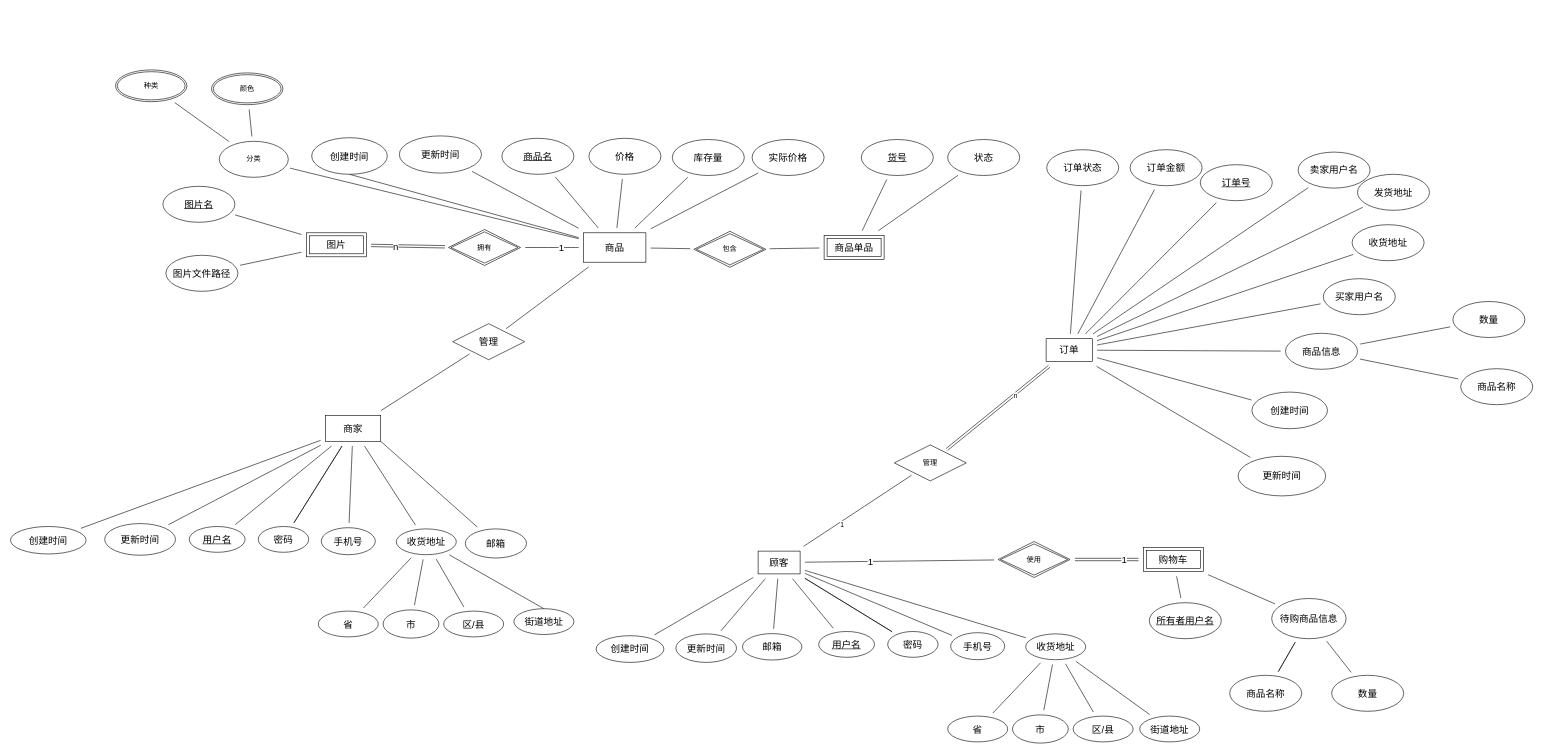
Earlier version of the draw.io diagram database-ER.drawio (guokaichina/database-ER). Source tidied: cells renumbered, new cells numbered last; positions are measured from the earlier drawing's top-left corner, leaving out a move shared by most shapes. Both pictures are drawn from the tidied source at 60%, with x=0, y=0 at pixel (10, 70).
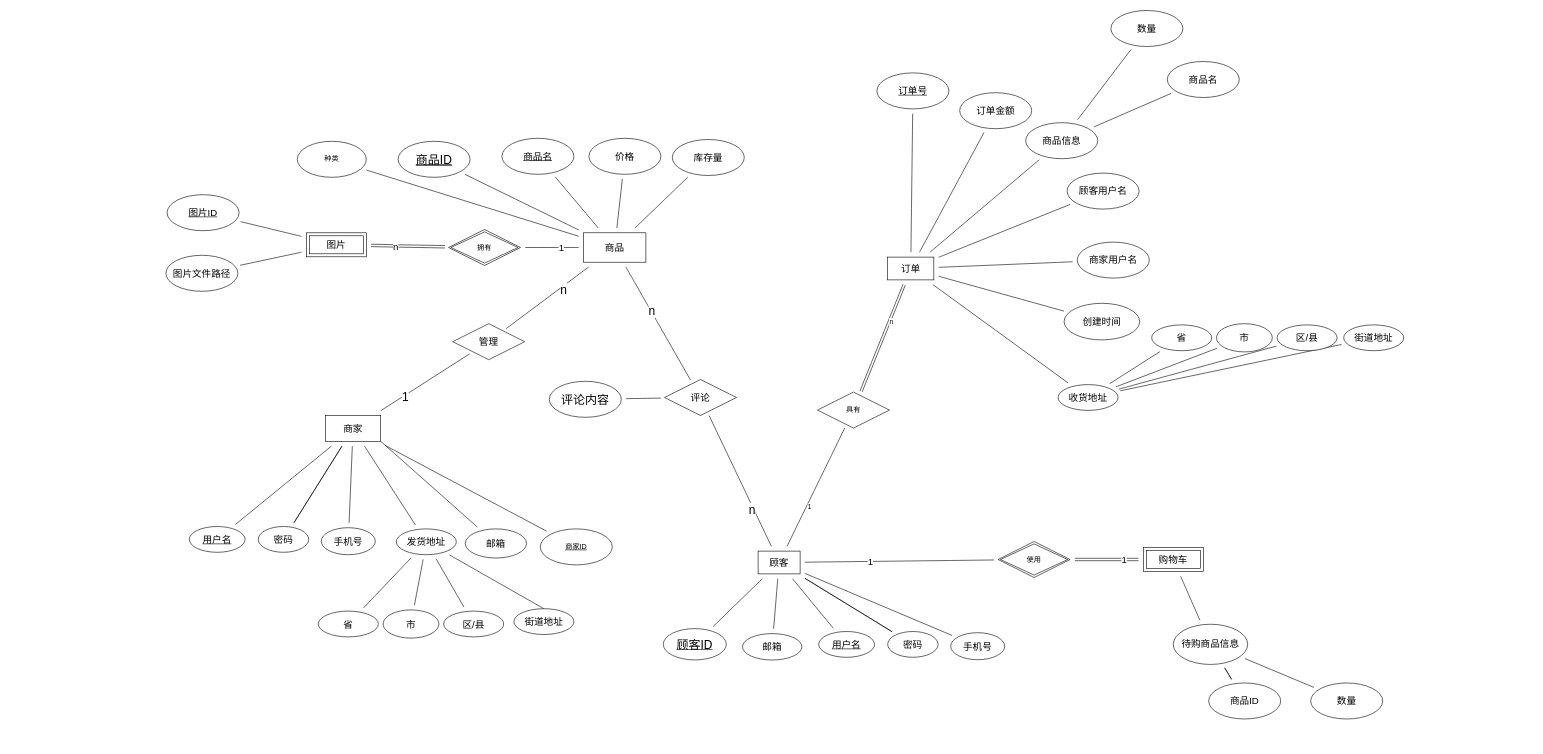
Above is the later version.

Unchanged cells that the change refers to:
```xml
<mxCell id="13" value="&lt;font style=&quot;font-size: 16px;&quot;&gt;顾客&lt;/font&gt;" style="rounded=0;whiteSpace=wrap;html=1;" parent="1" vertex="1">
  <mxGeometry x="1246" y="802" width="70" height="38" as="geometry" />
</mxCell>
<mxCell id="41" style="edgeStyle=none;curved=1;rounded=0;jettySize=auto;html=1;fontSize=16;endArrow=none;endFill=0;sourcePerimeterSpacing=8;targetPerimeterSpacing=8;" parent="1" edge="1" source="42" target="124">
  <mxGeometry relative="1" as="geometry" />
</mxCell>
<mxCell id="42" value="商品" style="rounded=0;whiteSpace=wrap;html=1;fontSize=16;" parent="1" vertex="1">
  <mxGeometry x="955" y="271.5" width="104" height="49" as="geometry" />
</mxCell>
<mxCell id="49" value="购物车" style="shape=ext;margin=3;double=1;whiteSpace=wrap;html=1;align=center;fontSize=16;fillColor=#FFFFFF;" parent="1" vertex="1">
  <mxGeometry x="1888" y="796" width="100" height="40" as="geometry" />
</mxCell>
<mxCell id="69" value="商家" style="rounded=0;whiteSpace=wrap;html=1;fontSize=16;fillColor=#FFFFFF;" parent="1" vertex="1">
  <mxGeometry x="525" y="576" width="92" height="43" as="geometry" />
</mxCell>
<mxCell id="123" style="edgeStyle=none;curved=1;rounded=0;jettySize=auto;html=1;fontSize=16;endArrow=none;endFill=0;sourcePerimeterSpacing=8;targetPerimeterSpacing=8;" parent="1" edge="1" source="124" target="69">
  <mxGeometry relative="1" as="geometry" />
</mxCell>
```

Diff of the diagram source:
```diff
@@
-    <mxCell id="9" style="edgeStyle=none;curved=1;rounded=0;jettySize=auto;html=1;fontSize=16;endArrow=none;endFill=0;startSize=14;endSize=14;sourcePerimeterSpacing=8;targetPerimeterSpacing=8;" parent="1" edge="1" source="13" target="104">
-      <mxGeometry relative="1" as="geometry" />
-    </mxCell>
-    <mxCell id="10" style="edgeStyle=none;curved=1;rounded=0;jettySize=auto;html=1;fontSize=16;endArrow=none;endFill=0;startSize=14;endSize=14;sourcePerimeterSpacing=8;targetPerimeterSpacing=8;" parent="1" edge="1" source="13" target="103">
-      <mxGeometry relative="1" as="geometry" />
-    </mxCell>
@@
+    <mxCell id="135" style="edgeStyle=none;curved=1;rounded=0;jettySize=auto;html=1;endArrow=none;startSize=14;endSize=14;sourcePerimeterSpacing=8;targetPerimeterSpacing=8;endFill=0;" parent="1" edge="1" source="13" target="145">
+      <mxGeometry relative="1" as="geometry" />
+    </mxCell>
+    <mxCell id="136" value="n" style="edgeLabel;html=1;align=center;verticalAlign=middle;fontSize=20;" parent="135" vertex="1">
+      <mxGeometry x="-0.42" y="3" relative="1" as="geometry" />
+    </mxCell>
+    <mxCell id="137" style="edgeStyle=none;curved=1;rounded=0;jettySize=auto;html=1;endArrow=none;endFill=0;startSize=14;endSize=14;sourcePerimeterSpacing=8;targetPerimeterSpacing=8;" parent="1" edge="1" source="13" target="146">
+      <mxGeometry relative="1" as="geometry" />
+    </mxCell>
@@
     <mxCell id="20" value="收货地址" style="ellipse;whiteSpace=wrap;html=1;fontSize=16;" parent="1" vertex="1">
-      <mxGeometry x="1692" y="940" width="100" height="43" as="geometry" />
+      <mxGeometry x="1746" y="524.5" width="100" height="43" as="geometry" />
     </mxCell>
-    <mxCell id="21" style="edgeStyle=none;jettySize=auto;html=1;rounded=0;fontSize=16;endArrow=none;endFill=0;startSize=14;endSize=14;sourcePerimeterSpacing=8;targetPerimeterSpacing=8;curved=1;" parent="1" edge="1" source="13" target="20">
+    <mxCell id="21" style="edgeStyle=none;jettySize=auto;html=1;rounded=0;fontSize=16;endArrow=none;endFill=0;startSize=14;endSize=14;sourcePerimeterSpacing=8;targetPerimeterSpacing=8;curved=1;" parent="1" edge="1" source="64" target="20">
       <mxGeometry relative="1" as="geometry" />
     </mxCell>
     <mxCell id="22" value="省" style="ellipse;whiteSpace=wrap;html=1;fontSize=16;" parent="1" vertex="1">
-      <mxGeometry x="1562" y="1077" width="100" height="43" as="geometry" />
+      <mxGeometry x="1902" y="425" width="100" height="43" as="geometry" />
     </mxCell>
     <mxCell id="23" value="市" style="ellipse;whiteSpace=wrap;html=1;fontSize=16;" parent="1" vertex="1">
-      <mxGeometry x="1670" y="1075" width="93" height="47" as="geometry" />
+      <mxGeometry x="2010" y="423" width="93" height="47" as="geometry" />
     </mxCell>
     <mxCell id="24" value="区/县" style="ellipse;whiteSpace=wrap;html=1;fontSize=16;" parent="1" vertex="1">
-      <mxGeometry x="1771" y="1077" width="100" height="43" as="geometry" />
+      <mxGeometry x="2111" y="425" width="100" height="43" as="geometry" />
     </mxCell>
     <mxCell id="25" value="街道地址" style="ellipse;whiteSpace=wrap;html=1;fontSize=16;" parent="1" vertex="1">
-      <mxGeometry x="1882" y="1077" width="100" height="43" as="geometry" />
+      <mxGeometry x="2222" y="425" width="100" height="43" as="geometry" />
     </mxCell>
@@
     <mxCell id="31" value="待购商品信息" style="ellipse;whiteSpace=wrap;html=1;fontSize=16;" parent="1" vertex="1">
-      <mxGeometry x="2102" y="881" width="124" height="67" as="geometry" />
+      <mxGeometry x="1938" y="923.9" width="124" height="67" as="geometry" />
     </mxCell>
@@
-    <mxCell id="35" style="edgeStyle=none;curved=1;rounded=0;jettySize=auto;html=1;fontSize=16;endArrow=none;endFill=0;startSize=14;endSize=14;sourcePerimeterSpacing=8;targetPerimeterSpacing=8;" parent="1" edge="1" source="42" target="108">
-      <mxGeometry relative="1" as="geometry" />
-    </mxCell>
-    <mxCell id="36" style="edgeStyle=none;curved=1;rounded=0;jettySize=auto;html=1;entryX=0.5;entryY=1;entryDx=0;entryDy=0;fontSize=16;endArrow=none;endFill=0;startSize=14;endSize=14;sourcePerimeterSpacing=8;targetPerimeterSpacing=8;" parent="1" edge="1" source="42" target="107">
-      <mxGeometry relative="1" as="geometry" />
-    </mxCell>
@@
-    <mxCell id="39" style="edgeStyle=none;curved=1;rounded=0;jettySize=auto;html=1;fontSize=16;endArrow=none;endFill=0;startSize=14;endSize=14;sourcePerimeterSpacing=8;targetPerimeterSpacing=8;" parent="1" edge="1" source="42" target="117">
-      <mxGeometry relative="1" as="geometry" />
-    </mxCell>
-    <mxCell id="40" style="edgeStyle=none;curved=1;rounded=0;jettySize=auto;html=1;fontSize=16;endArrow=none;endFill=0;startSize=14;endSize=14;sourcePerimeterSpacing=8;targetPerimeterSpacing=8;" parent="1" edge="1" source="42" target="127">
-      <mxGeometry relative="1" as="geometry" />
-    </mxCell>
@@
+    <mxCell id="138" value="n" style="edgeLabel;html=1;align=center;verticalAlign=middle;fontSize=20;" parent="41" vertex="1">
+      <mxGeometry x="-0.35" y="4" relative="1" as="geometry" />
+    </mxCell>
+    <mxCell id="139" style="edgeStyle=none;curved=1;rounded=0;jettySize=auto;html=1;endArrow=none;startSize=14;endSize=14;sourcePerimeterSpacing=8;targetPerimeterSpacing=8;endFill=0;" parent="1" edge="1" source="42" target="145">
+      <mxGeometry relative="1" as="geometry" />
+    </mxCell>
+    <mxCell id="140" value="n" style="edgeLabel;html=1;align=center;verticalAlign=middle;fontSize=20;" parent="139" vertex="1">
+      <mxGeometry x="-0.24" relative="1" as="geometry">
+        <mxPoint x="2" as="offset" />
+      </mxGeometry>
+    </mxCell>
+    <mxCell id="141" style="edgeStyle=none;curved=1;rounded=0;jettySize=auto;html=1;fontSize=20;endArrow=none;endFill=0;startSize=14;endSize=14;sourcePerimeterSpacing=8;targetPerimeterSpacing=8;" parent="1" edge="1" source="42" target="148">
+      <mxGeometry relative="1" as="geometry" />
+    </mxCell>
@@
-    <mxCell id="44" value="商品名称" style="ellipse;whiteSpace=wrap;html=1;fontSize=16;" parent="1" vertex="1">
-      <mxGeometry x="2032" y="1009" width="120" height="60" as="geometry" />
+    <mxCell id="44" value="商品ID" style="ellipse;whiteSpace=wrap;html=1;fontSize=16;" parent="1" vertex="1">
+      <mxGeometry x="1997" y="1021.8" width="120" height="60" as="geometry" />
     </mxCell>
     <mxCell id="45" value="数量" style="ellipse;whiteSpace=wrap;html=1;fontSize=16;" parent="1" vertex="1">
-      <mxGeometry x="2202" y="1009" width="120" height="60" as="geometry" />
+      <mxGeometry x="2167" y="1021.8" width="120" height="60" as="geometry" />
     </mxCell>
@@
-    <mxCell id="48" style="edgeStyle=none;curved=1;rounded=0;jettySize=auto;html=1;fontSize=16;endArrow=none;endFill=0;startSize=14;endSize=14;sourcePerimeterSpacing=8;targetPerimeterSpacing=8;" parent="1" edge="1" source="49" target="109">
-      <mxGeometry relative="1" as="geometry" />
-    </mxCell>
@@
-    <mxCell id="53" style="edgeStyle=none;curved=1;rounded=0;jettySize=auto;html=1;fontSize=16;endArrow=none;endFill=0;startSize=14;endSize=14;sourcePerimeterSpacing=8;targetPerimeterSpacing=8;" parent="1" edge="1" source="64" target="88">
-      <mxGeometry relative="1" as="geometry" />
-    </mxCell>
-    <mxCell id="54" style="edgeStyle=none;curved=1;rounded=0;jettySize=auto;html=1;fontSize=16;endArrow=none;endFill=0;startSize=14;endSize=14;sourcePerimeterSpacing=8;targetPerimeterSpacing=8;" parent="1" edge="1" source="64" target="89">
-      <mxGeometry relative="1" as="geometry" />
-    </mxCell>
@@
-    <mxCell id="59" style="edgeStyle=none;curved=1;rounded=0;jettySize=auto;html=1;fontSize=16;endArrow=none;endFill=0;startSize=14;endSize=14;sourcePerimeterSpacing=8;targetPerimeterSpacing=8;" parent="1" edge="1" source="64" target="100">
-      <mxGeometry relative="1" as="geometry" />
-    </mxCell>
@@
-    <mxCell id="61" style="edgeStyle=none;curved=1;rounded=0;jettySize=auto;html=1;fontSize=16;endArrow=none;endFill=0;startSize=14;endSize=14;sourcePerimeterSpacing=8;targetPerimeterSpacing=8;" parent="1" edge="1" source="64" target="106">
-      <mxGeometry relative="1" as="geometry" />
-    </mxCell>
@@
     <mxCell id="64" value="订单" style="rounded=0;whiteSpace=wrap;html=1;fontSize=16;fillColor=#FFFFFF;" parent="1" vertex="1">
-      <mxGeometry x="1726" y="448" width="77" height="38" as="geometry" />
+      <mxGeometry x="1461.9" y="312" width="77" height="38" as="geometry" />
     </mxCell>
     <mxCell id="65" value="&lt;u&gt;订单号&lt;/u&gt;" style="ellipse;whiteSpace=wrap;html=1;fontSize=16;fillColor=#FFFFFF;" parent="1" vertex="1">
-      <mxGeometry x="1983" y="158" width="120" height="60" as="geometry" />
+      <mxGeometry x="1444" y="5" width="120" height="60" as="geometry" />
     </mxCell>
@@
-    <mxCell id="67" style="edgeStyle=none;curved=1;rounded=0;jettySize=auto;html=1;fontSize=16;endArrow=none;endFill=0;startSize=14;endSize=14;sourcePerimeterSpacing=8;targetPerimeterSpacing=8;" parent="1" edge="1" source="69" target="102">
-      <mxGeometry relative="1" as="geometry" />
-    </mxCell>
-    <mxCell id="68" style="edgeStyle=none;curved=1;rounded=0;jettySize=auto;html=1;fontSize=16;endArrow=none;endFill=0;startSize=14;endSize=14;sourcePerimeterSpacing=8;targetPerimeterSpacing=8;" parent="1" edge="1" source="69" target="101">
-      <mxGeometry relative="1" as="geometry" />
-    </mxCell>
+    <mxCell id="142" style="edgeStyle=none;curved=1;rounded=0;jettySize=auto;html=1;endArrow=none;endFill=0;startSize=14;endSize=14;sourcePerimeterSpacing=8;targetPerimeterSpacing=8;" parent="1" edge="1" source="69" target="147">
+      <mxGeometry relative="1" as="geometry" />
+    </mxCell>
@@
-    <mxCell id="80" value="收货地址" style="ellipse;whiteSpace=wrap;html=1;fontSize=16;" parent="1" vertex="1">
+    <mxCell id="80" value="发货地址" style="ellipse;whiteSpace=wrap;html=1;fontSize=16;" parent="1" vertex="1">
       <mxGeometry x="643" y="765" width="100" height="43" as="geometry" />
     </mxCell>
@@
-    <mxCell id="87" style="edgeStyle=none;curved=1;rounded=0;jettySize=auto;html=1;fontSize=16;endArrow=none;endFill=0;startSize=14;endSize=14;sourcePerimeterSpacing=8;targetPerimeterSpacing=8;" parent="1" edge="1" source="121" target="119">
-      <mxGeometry relative="1" as="geometry" />
-    </mxCell>
-    <mxCell id="88" value="发货地址" style="ellipse;whiteSpace=wrap;html=1;fontSize=16;fillColor=#FFFFFF;" parent="1" vertex="1">
-      <mxGeometry x="2245" y="174" width="120" height="60" as="geometry" />
-    </mxCell>
-    <mxCell id="89" value="收货地址" style="ellipse;whiteSpace=wrap;html=1;fontSize=16;fillColor=#FFFFFF;" parent="1" vertex="1">
-      <mxGeometry x="2236" y="258" width="120" height="60" as="geometry" />
-    </mxCell>
-    <mxCell id="90" value="卖家用户名" style="ellipse;whiteSpace=wrap;html=1;fontSize=16;fillColor=#FFFFFF;" parent="1" vertex="1">
-      <mxGeometry x="2146" y="137" width="120" height="60" as="geometry" />
+    <mxCell id="90" value="顾客用户名" style="ellipse;whiteSpace=wrap;html=1;fontSize=16;fillColor=#FFFFFF;" parent="1" vertex="1">
+      <mxGeometry x="1761" y="172" width="120" height="60" as="geometry" />
     </mxCell>
-    <mxCell id="91" value="买家用户名" style="ellipse;whiteSpace=wrap;html=1;fontSize=16;fillColor=#FFFFFF;" parent="1" vertex="1">
-      <mxGeometry x="2188" y="348" width="120" height="60" as="geometry" />
+    <mxCell id="91" value="商家用户名" style="ellipse;whiteSpace=wrap;html=1;fontSize=16;fillColor=#FFFFFF;" parent="1" vertex="1">
+      <mxGeometry x="1778" y="287" width="120" height="60" as="geometry" />
     </mxCell>
     <mxCell id="92" value="商品信息" style="ellipse;whiteSpace=wrap;html=1;fontSize=16;fillColor=#FFFFFF;" parent="1" vertex="1">
-      <mxGeometry x="2125" y="439" width="120" height="60" as="geometry" />
+      <mxGeometry x="1692" y="88" width="120" height="60" as="geometry" />
     </mxCell>
@@
-    <mxCell id="95" value="商品名称" style="ellipse;whiteSpace=wrap;html=1;fontSize=16;" parent="1" vertex="1">
-      <mxGeometry x="2417" y="498" width="120" height="60" as="geometry" />
+    <mxCell id="95" value="商品名" style="ellipse;whiteSpace=wrap;html=1;fontSize=16;" parent="1" vertex="1">
+      <mxGeometry x="1928" y="-14" width="120" height="60" as="geometry" />
     </mxCell>
     <mxCell id="96" value="数量" style="ellipse;whiteSpace=wrap;html=1;fontSize=16;" parent="1" vertex="1">
-      <mxGeometry x="2404" y="386" width="120" height="60" as="geometry" />
+      <mxGeometry x="1834" y="-99" width="120" height="60" as="geometry" />
     </mxCell>
@@
     <mxCell id="99" value="订单金额" style="ellipse;whiteSpace=wrap;html=1;fontSize=16;fillColor=#FFFFFF;" parent="1" vertex="1">
-      <mxGeometry x="1866" y="133" width="120" height="60" as="geometry" />
+      <mxGeometry x="1582" y="38" width="120" height="60" as="geometry" />
     </mxCell>
-    <mxCell id="100" value="订单状态" style="ellipse;whiteSpace=wrap;html=1;fontSize=16;fillColor=#FFFFFF;" parent="1" vertex="1">
-      <mxGeometry x="1727" y="133" width="120" height="60" as="geometry" />
-    </mxCell>
-    <mxCell id="101" value="创建时间" style="ellipse;whiteSpace=wrap;html=1;fontSize=16;fillColor=#FFFFFF;" parent="1" vertex="1">
-      <mxGeometry y="761" width="126" height="45.8" as="geometry" />
-    </mxCell>
-    <mxCell id="102" value="更新时间" style="ellipse;whiteSpace=wrap;html=1;fontSize=16;fillColor=#FFFFFF;" parent="1" vertex="1">
-      <mxGeometry x="157" y="756.1" width="118" height="52.8" as="geometry" />
-    </mxCell>
-    <mxCell id="103" value="创建时间" style="ellipse;whiteSpace=wrap;html=1;fontSize=16;fillColor=#FFFFFF;" parent="1" vertex="1">
-      <mxGeometry x="976" y="943" width="113" height="44.5" as="geometry" />
-    </mxCell>
-    <mxCell id="104" value="更新时间" style="ellipse;whiteSpace=wrap;html=1;fontSize=16;fillColor=#FFFFFF;" parent="1" vertex="1">
-      <mxGeometry x="1109" y="940" width="101" height="47.5" as="geometry" />
-    </mxCell>
     <mxCell id="105" value="创建时间" style="ellipse;whiteSpace=wrap;html=1;fontSize=16;fillColor=#FFFFFF;" parent="1" vertex="1">
-      <mxGeometry x="2069" y="537" width="126" height="61" as="geometry" />
+      <mxGeometry x="1756" y="389" width="126" height="61" as="geometry" />
     </mxCell>
-    <mxCell id="106" value="更新时间" style="ellipse;whiteSpace=wrap;html=1;fontSize=16;fillColor=#FFFFFF;" parent="1" vertex="1">
-      <mxGeometry x="2046" y="644" width="146" height="66" as="geometry" />
-    </mxCell>
-    <mxCell id="107" value="创建时间" style="ellipse;whiteSpace=wrap;html=1;fontSize=16;fillColor=#FFFFFF;" parent="1" vertex="1">
-      <mxGeometry x="502" y="113" width="126" height="61" as="geometry" />
-    </mxCell>
-    <mxCell id="108" value="更新时间" style="ellipse;whiteSpace=wrap;html=1;fontSize=16;fillColor=#FFFFFF;" parent="1" vertex="1">
-      <mxGeometry x="648" y="110" width="137" height="62" as="geometry" />
-    </mxCell>
-    <mxCell id="109" value="&lt;u&gt;所有者用户名&lt;/u&gt;" style="ellipse;whiteSpace=wrap;html=1;fontSize=16;fillColor=#FFFFFF;" parent="1" vertex="1">
-      <mxGeometry x="1898" y="888" width="120" height="60" as="geometry" />
-    </mxCell>
@@
-    <mxCell id="116" value="&lt;u&gt;图片名&lt;/u&gt;" style="ellipse;whiteSpace=wrap;html=1;fontSize=16;fillColor=#FFFFFF;" parent="1" vertex="1">
-      <mxGeometry x="254" y="194" width="120" height="60" as="geometry" />
+    <mxCell id="116" value="&lt;u&gt;图片ID&lt;/u&gt;" style="ellipse;whiteSpace=wrap;html=1;fontSize=16;fillColor=#FFFFFF;" parent="1" vertex="1">
+      <mxGeometry x="261" y="208" width="120" height="60" as="geometry" />
     </mxCell>
-    <mxCell id="117" value="实际价格" style="ellipse;whiteSpace=wrap;html=1;fontSize=16;fillColor=#FFFFFF;" parent="1" vertex="1">
-      <mxGeometry x="1236" y="116" width="120" height="60" as="geometry" />
-    </mxCell>
-    <mxCell id="118" style="edgeStyle=none;curved=1;rounded=0;jettySize=auto;html=1;fontSize=16;endArrow=none;endFill=0;startSize=14;endSize=14;sourcePerimeterSpacing=8;targetPerimeterSpacing=8;" parent="1" edge="1" source="127" target="121">
-      <mxGeometry relative="1" as="geometry" />
-    </mxCell>
-    <mxCell id="119" value="状态" style="ellipse;whiteSpace=wrap;html=1;fontSize=16;fillColor=#FFFFFF;" parent="1" vertex="1">
-      <mxGeometry x="1562" y="116" width="120" height="60" as="geometry" />
-    </mxCell>
-    <mxCell id="120" style="edgeStyle=none;curved=1;rounded=0;jettySize=auto;html=1;fontSize=16;endArrow=none;endFill=0;sourcePerimeterSpacing=8;targetPerimeterSpacing=8;" parent="1" edge="1" source="121" target="122">
-      <mxGeometry relative="1" as="geometry" />
-    </mxCell>
-    <mxCell id="121" value="商品单品" style="shape=ext;margin=3;double=1;whiteSpace=wrap;html=1;align=center;fontSize=16;fillColor=#FFFFFF;" parent="1" vertex="1">
-      <mxGeometry x="1356" y="276" width="100" height="40" as="geometry" />
-    </mxCell>
-    <mxCell id="122" value="&lt;u&gt;货号&lt;/u&gt;" style="ellipse;whiteSpace=wrap;html=1;fontSize=16;fillColor=#FFFFFF;" parent="1" vertex="1">
-      <mxGeometry x="1418" y="116" width="120" height="60" as="geometry" />
-    </mxCell>
@@
+    <mxCell id="143" value="1" style="edgeLabel;html=1;align=center;verticalAlign=middle;fontSize=20;" parent="123" vertex="1">
+      <mxGeometry x="0.47" y="1" relative="1" as="geometry" />
+    </mxCell>
@@
-    <mxCell id="127" value="包含" style="shape=rhombus;double=1;perimeter=rhombusPerimeter;whiteSpace=wrap;html=1;align=center;" parent="1" vertex="1">
-      <mxGeometry x="1139" y="269" width="120" height="60" as="geometry" />
-    </mxCell>
@@
-    <mxCell id="129" value="种类" style="ellipse;shape=doubleEllipse;margin=3;whiteSpace=wrap;html=1;align=center;" parent="1" vertex="1">
-      <mxGeometry x="175" width="119" height="53" as="geometry" />
-    </mxCell>
-    <mxCell id="130" value="管理" style="shape=rhombus;perimeter=rhombusPerimeter;whiteSpace=wrap;html=1;align=center;" parent="1" vertex="1">
-      <mxGeometry x="1473" y="625" width="120" height="60" as="geometry" />
+    <mxCell id="130" value="具有" style="shape=rhombus;perimeter=rhombusPerimeter;whiteSpace=wrap;html=1;align=center;" parent="1" vertex="1">
+      <mxGeometry x="1345" y="537" width="120" height="60" as="geometry" />
     </mxCell>
-    <mxCell id="131" style="edgeStyle=none;curved=1;rounded=0;jettySize=auto;html=1;endArrow=none;endFill=0;sourcePerimeterSpacing=8;targetPerimeterSpacing=8;" parent="1" edge="1" source="133" target="134">
-      <mxGeometry relative="1" as="geometry" />
-    </mxCell>
-    <mxCell id="132" style="edgeStyle=none;curved=1;rounded=0;jettySize=auto;html=1;endArrow=none;endFill=0;sourcePerimeterSpacing=8;targetPerimeterSpacing=8;" parent="1" edge="1" source="133" target="129">
-      <mxGeometry relative="1" as="geometry" />
-    </mxCell>
-    <mxCell id="133" value="分类" style="ellipse;whiteSpace=wrap;html=1;" parent="1" vertex="1">
-      <mxGeometry x="348" y="119" width="115" height="60" as="geometry" />
+    <mxCell id="133" value="种类" style="ellipse;whiteSpace=wrap;html=1;" parent="1" vertex="1">
+      <mxGeometry x="478" y="119" width="115" height="60" as="geometry" />
     </mxCell>
-    <mxCell id="134" value="颜色" style="ellipse;shape=doubleEllipse;margin=3;whiteSpace=wrap;html=1;align=center;" parent="1" vertex="1">
-      <mxGeometry x="335" y="5" width="119" height="53" as="geometry" />
-    </mxCell>
+    <mxCell id="144" style="edgeStyle=none;curved=1;rounded=0;jettySize=auto;html=1;fontSize=20;endArrow=none;endFill=0;startSize=14;endSize=14;sourcePerimeterSpacing=8;targetPerimeterSpacing=8;" parent="1" edge="1" source="145" target="149">
+      <mxGeometry relative="1" as="geometry" />
+    </mxCell>
+    <mxCell id="145" value="评论" style="shape=rhombus;perimeter=rhombusPerimeter;whiteSpace=wrap;html=1;align=center;fontSize=16;fillColor=#FFFFFF;" parent="1" vertex="1">
+      <mxGeometry x="1090" y="516" width="120" height="60" as="geometry" />
+    </mxCell>
+    <mxCell id="146" value="&lt;u&gt;&lt;font style=&quot;font-size: 20px;&quot;&gt;顾客ID&lt;/font&gt;&lt;/u&gt;" style="ellipse;whiteSpace=wrap;html=1;" parent="1" vertex="1">
+      <mxGeometry x="1088" y="931.2" width="105" height="52.2" as="geometry" />
+    </mxCell>
+    <mxCell id="147" value="&lt;u&gt;商家ID&lt;/u&gt;" style="ellipse;whiteSpace=wrap;html=1;" parent="1" vertex="1">
+      <mxGeometry x="883" y="765" width="120" height="60" as="geometry" />
+    </mxCell>
+    <mxCell id="148" value="&lt;u&gt;商品ID&lt;/u&gt;" style="ellipse;whiteSpace=wrap;html=1;fontSize=20;" parent="1" vertex="1">
+      <mxGeometry x="646" y="119" width="120" height="60" as="geometry" />
+    </mxCell>
+    <mxCell id="149" value="评论内容" style="ellipse;whiteSpace=wrap;html=1;fontSize=20;" parent="1" vertex="1">
+      <mxGeometry x="898" y="519" width="120" height="60" as="geometry" />
+    </mxCell>
```
